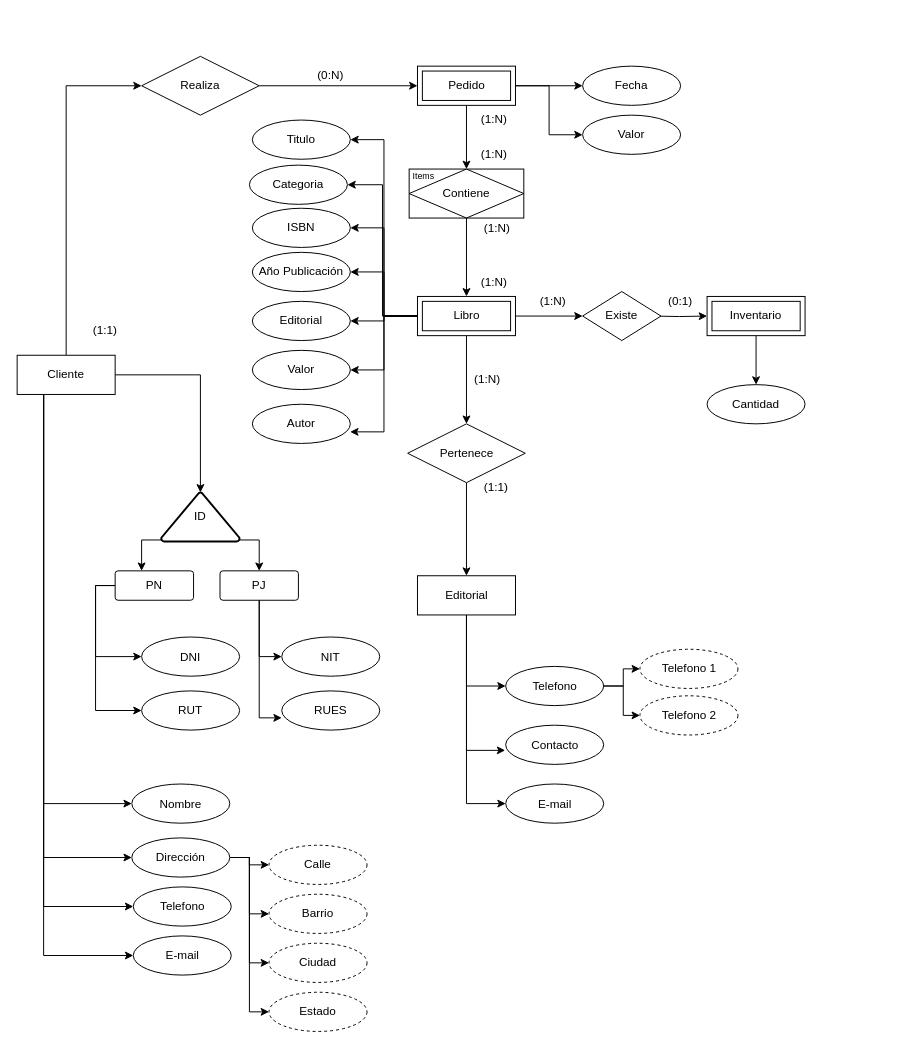
This is modelo.drawio from Starleen1996/Modelado_Datos, a draw.io file, before an edit. Source tidied: cells renumbered, new cells numbered last; positions are measured from the earlier drawing's top-left corner, leaving out a move shared by most shapes. Both pictures are drawn from the tidied source at 98%, with x=0, y=0 at pixel (17, 56).
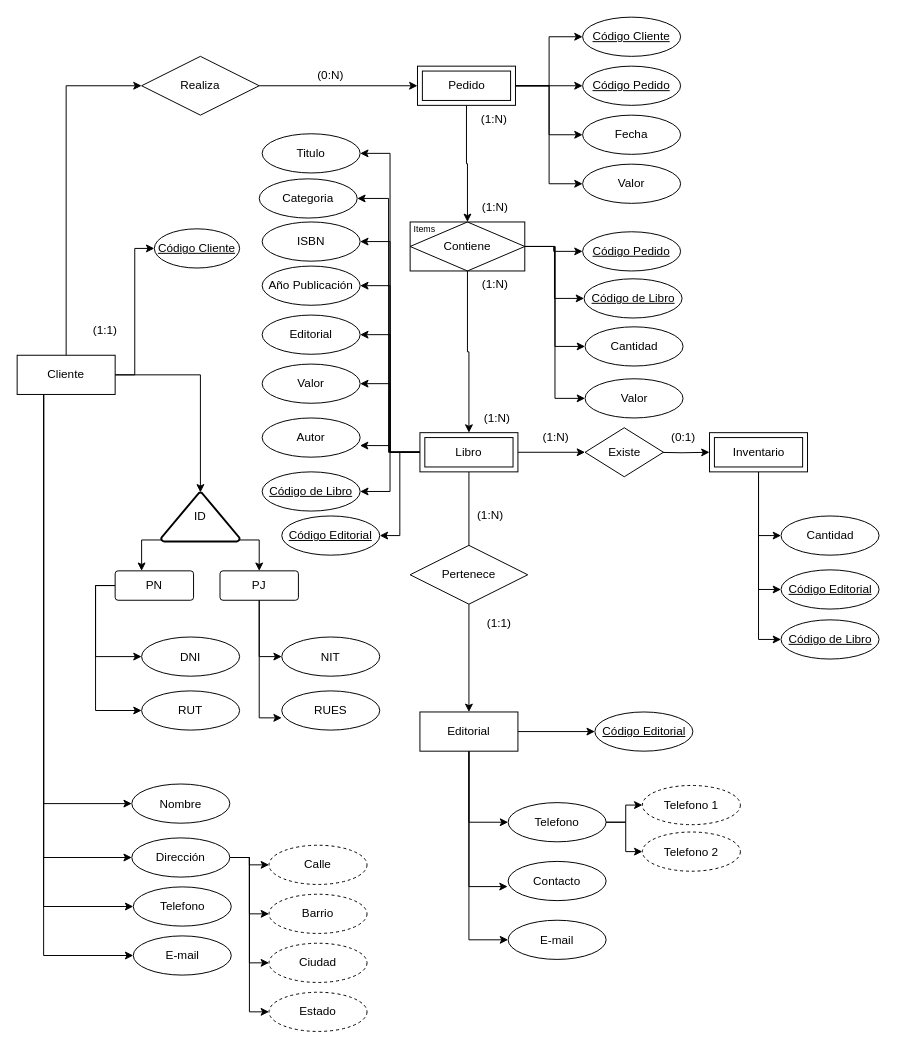
After the change.

Unchanged cells that the change refers to:
```xml
<mxCell id="7" value="Cliente" style="whiteSpace=wrap;html=1;align=center;" parent="1" vertex="1">
  <mxGeometry y="305" width="100" height="40" as="geometry" />
</mxCell>
<mxCell id="11" value="Pedido" style="shape=ext;margin=3;double=1;whiteSpace=wrap;html=1;align=center;" parent="1" vertex="1">
  <mxGeometry x="408.5" y="10" width="100" height="40" as="geometry" />
</mxCell>
```

Change to the diagram source:
```diff
@@
+    <mxCell id="90" style="edgeStyle=orthogonalEdgeStyle;rounded=0;jettySize=auto;html=1;entryX=0;entryY=0.5;entryDx=0;entryDy=0;" parent="1" edge="1" source="7" target="103">
+      <mxGeometry relative="1" as="geometry" />
+    </mxCell>
@@
+    <mxCell id="91" style="edgeStyle=orthogonalEdgeStyle;rounded=0;jettySize=auto;html=1;entryX=0;entryY=0.5;entryDx=0;entryDy=0;" parent="1" edge="1" source="11" target="105">
+      <mxGeometry relative="1" as="geometry" />
+    </mxCell>
+    <mxCell id="92" style="edgeStyle=orthogonalEdgeStyle;rounded=0;jettySize=auto;html=1;entryX=0;entryY=0.5;entryDx=0;entryDy=0;" parent="1" edge="1" source="11" target="108">
+      <mxGeometry relative="1" as="geometry" />
+    </mxCell>
@@
+    <mxCell id="93" style="edgeStyle=orthogonalEdgeStyle;rounded=0;jettySize=auto;html=1;entryX=0;entryY=0.5;entryDx=0;entryDy=0;" parent="1" edge="1" source="14" target="104">
+      <mxGeometry relative="1" as="geometry" />
+    </mxCell>
     <mxCell id="14" value="Editorial" style="whiteSpace=wrap;html=1;align=center;" parent="1" vertex="1">
-      <mxGeometry x="408.5" y="530" width="100" height="40" as="geometry" />
+      <mxGeometry x="411" y="669" width="100" height="40" as="geometry" />
     </mxCell>
+    <mxCell id="94" style="edgeStyle=orthogonalEdgeStyle;rounded=0;jettySize=auto;html=1;exitX=0.5;exitY=1;exitDx=0;exitDy=0;" parent="1" edge="1" source="16">
+      <mxGeometry relative="1" as="geometry">
+        <mxPoint x="756.5" y="424" as="targetPoint" />
+      </mxGeometry>
+    </mxCell>
+    <mxCell id="95" style="edgeStyle=orthogonalEdgeStyle;rounded=0;jettySize=auto;html=1;entryX=0;entryY=0.5;entryDx=0;entryDy=0;" parent="1" edge="1" source="16" target="107">
+      <mxGeometry relative="1" as="geometry" />
+    </mxCell>
-    <mxCell id="15" style="edgeStyle=orthogonalEdgeStyle;rounded=0;jettySize=auto;html=1;entryX=0.5;entryY=0;entryDx=0;entryDy=0;" parent="1" edge="1" source="16" target="89">
+    <mxCell id="15" style="edgeStyle=orthogonalEdgeStyle;rounded=0;jettySize=auto;html=1;entryX=0;entryY=0.5;entryDx=0;entryDy=0;" parent="1" edge="1" source="16" target="89">
       <mxGeometry relative="1" as="geometry" />
     </mxCell>
+    <mxCell id="96" style="edgeStyle=orthogonalEdgeStyle;rounded=0;jettySize=auto;html=1;entryX=0;entryY=0.5;entryDx=0;entryDy=0;" parent="1" edge="1" source="16" target="113">
+      <mxGeometry relative="1" as="geometry" />
+    </mxCell>
     <mxCell id="16" value="Inventario" style="shape=ext;margin=3;double=1;whiteSpace=wrap;html=1;align=center;" parent="1" vertex="1">
-      <mxGeometry x="704" y="245" width="100" height="40" as="geometry" />
+      <mxGeometry x="706.5" y="384" width="100" height="40" as="geometry" />
     </mxCell>
-    <mxCell id="17" style="edgeStyle=orthogonalEdgeStyle;rounded=0;jettySize=auto;html=1;exitX=0.5;exitY=1;exitDx=0;exitDy=0;entryX=0.5;entryY=0;entryDx=0;entryDy=0;" parent="1" edge="1" source="25" target="33">
-      <mxGeometry relative="1" as="geometry" />
+    <mxCell id="17" style="edgeStyle=orthogonalEdgeStyle;rounded=0;jettySize=auto;html=1;exitX=0.5;exitY=1;exitDx=0;exitDy=0;entryX=0.5;entryY=0;entryDx=0;entryDy=0;" parent="1" edge="1" source="25">
+      <mxGeometry relative="1" as="geometry">
+        <mxPoint x="461" y="514" as="targetPoint" />
+      </mxGeometry>
     </mxCell>
@@
+    <mxCell id="97" style="edgeStyle=orthogonalEdgeStyle;rounded=0;jettySize=auto;html=1;entryX=1;entryY=0.5;entryDx=0;entryDy=0;" parent="1" edge="1" source="25" target="106">
+      <mxGeometry relative="1" as="geometry" />
+    </mxCell>
+    <mxCell id="98" style="edgeStyle=orthogonalEdgeStyle;rounded=0;jettySize=auto;html=1;entryX=1;entryY=0.5;entryDx=0;entryDy=0;" parent="1" edge="1" source="25" target="112">
+      <mxGeometry relative="1" as="geometry" />
+    </mxCell>
     <mxCell id="25" value="Libro" style="shape=ext;margin=3;double=1;whiteSpace=wrap;html=1;align=center;" parent="1" vertex="1">
-      <mxGeometry x="408.5" y="245" width="100" height="40" as="geometry" />
+      <mxGeometry x="411" y="384" width="100" height="40" as="geometry" />
     </mxCell>
@@
     <mxCell id="31" value="(1:N)" style="text;strokeColor=none;align=center;fillColor=none;html=1;verticalAlign=middle;whiteSpace=wrap;rounded=0;" parent="1" vertex="1">
-      <mxGeometry x="457" y="216" width="60" height="30" as="geometry" />
+      <mxGeometry x="459.5" y="355" width="60" height="30" as="geometry" />
     </mxCell>
@@
     <mxCell id="33" value="Pertenece" style="shape=rhombus;perimeter=rhombusPerimeter;whiteSpace=wrap;html=1;align=center;" parent="1" vertex="1">
-      <mxGeometry x="398.5" y="375" width="120" height="60" as="geometry" />
+      <mxGeometry x="401" y="499" width="120" height="60" as="geometry" />
     </mxCell>
     <mxCell id="34" value="(1:N)" style="text;strokeColor=none;align=center;fillColor=none;html=1;verticalAlign=middle;whiteSpace=wrap;rounded=0;" parent="1" vertex="1">
-      <mxGeometry x="450" y="315" width="60" height="30" as="geometry" />
+      <mxGeometry x="452.5" y="454" width="60" height="30" as="geometry" />
     </mxCell>
     <mxCell id="35" value="(1:1)" style="text;strokeColor=none;align=center;fillColor=none;html=1;verticalAlign=middle;whiteSpace=wrap;rounded=0;" parent="1" vertex="1">
-      <mxGeometry x="459" y="425" width="60" height="30" as="geometry" />
+      <mxGeometry x="461.5" y="564" width="60" height="30" as="geometry" />
     </mxCell>
     <mxCell id="36" style="edgeStyle=orthogonalEdgeStyle;rounded=0;jettySize=auto;html=1;" parent="1" edge="1" target="16">
       <mxGeometry relative="1" as="geometry">
-        <mxPoint x="647" y="265" as="sourcePoint" />
+        <mxPoint x="649.5" y="404" as="sourcePoint" />
       </mxGeometry>
     </mxCell>
     <mxCell id="37" value="Existe" style="shape=rhombus;perimeter=rhombusPerimeter;whiteSpace=wrap;html=1;align=center;" parent="1" vertex="1">
-      <mxGeometry x="577" y="240" width="80" height="50" as="geometry" />
+      <mxGeometry x="579.5" y="379" width="80" height="50" as="geometry" />
     </mxCell>
     <mxCell id="38" value="(1:N)" style="text;strokeColor=none;align=center;fillColor=none;html=1;verticalAlign=middle;whiteSpace=wrap;rounded=0;" parent="1" vertex="1">
-      <mxGeometry x="517" y="235" width="60" height="30" as="geometry" />
+      <mxGeometry x="519.5" y="374" width="60" height="30" as="geometry" />
     </mxCell>
     <mxCell id="39" value="(0:1)" style="text;strokeColor=none;align=center;fillColor=none;html=1;verticalAlign=middle;whiteSpace=wrap;rounded=0;" parent="1" vertex="1">
-      <mxGeometry x="647" y="235" width="60" height="30" as="geometry" />
+      <mxGeometry x="649.5" y="374" width="60" height="30" as="geometry" />
     </mxCell>
@@
+    <mxCell id="99" style="edgeStyle=orthogonalEdgeStyle;rounded=0;jettySize=auto;html=1;entryX=0;entryY=0.5;entryDx=0;entryDy=0;" parent="1" edge="1" source="41" target="109">
+      <mxGeometry relative="1" as="geometry" />
+    </mxCell>
+    <mxCell id="100" style="edgeStyle=orthogonalEdgeStyle;rounded=0;jettySize=auto;html=1;entryX=0;entryY=0.5;entryDx=0;entryDy=0;" parent="1" edge="1" source="41" target="110">
+      <mxGeometry relative="1" as="geometry" />
+    </mxCell>
+    <mxCell id="101" style="edgeStyle=orthogonalEdgeStyle;rounded=0;jettySize=auto;html=1;entryX=0;entryY=0.5;entryDx=0;entryDy=0;" parent="1" edge="1" source="41" target="111">
+      <mxGeometry relative="1" as="geometry" />
+    </mxCell>
+    <mxCell id="102" style="edgeStyle=orthogonalEdgeStyle;rounded=0;jettySize=auto;html=1;entryX=0;entryY=0.5;entryDx=0;entryDy=0;" parent="1" edge="1" source="41" target="114">
+      <mxGeometry relative="1" as="geometry" />
+    </mxCell>
     <mxCell id="41" value="Contiene" style="shape=associativeEntity;whiteSpace=wrap;html=1;align=center;" parent="1" vertex="1">
-      <mxGeometry x="400" y="115" width="117" height="50" as="geometry" />
+      <mxGeometry x="401" y="169" width="117" height="50" as="geometry" />
     </mxCell>
     <mxCell id="42" value="Items" style="text;strokeColor=none;align=center;fillColor=none;html=1;verticalAlign=middle;whiteSpace=wrap;rounded=0;fontSize=9;" parent="1" vertex="1">
-      <mxGeometry x="395" y="113" width="40" height="20" as="geometry" />
+      <mxGeometry x="396" y="167" width="40" height="20" as="geometry" />
     </mxCell>
     <mxCell id="43" value="(1:N)" style="text;strokeColor=none;align=center;fillColor=none;html=1;verticalAlign=middle;whiteSpace=wrap;rounded=0;" parent="1" vertex="1">
-      <mxGeometry x="457" y="85" width="60" height="30" as="geometry" />
+      <mxGeometry x="458" y="139" width="60" height="30" as="geometry" />
     </mxCell>
     <mxCell id="44" value="(1:N)" style="text;strokeColor=none;align=center;fillColor=none;html=1;verticalAlign=middle;whiteSpace=wrap;rounded=0;" parent="1" vertex="1">
-      <mxGeometry x="460" y="161" width="60" height="30" as="geometry" />
+      <mxGeometry x="458" y="218" width="60" height="30" as="geometry" />
     </mxCell>
@@
     <mxCell id="63" value="Contacto" style="ellipse;whiteSpace=wrap;html=1;align=center;" parent="1" vertex="1">
-      <mxGeometry x="498.5" y="682.5" width="100" height="40" as="geometry" />
+      <mxGeometry x="501" y="821.5" width="100" height="40" as="geometry" />
     </mxCell>
@@
     <mxCell id="66" value="Telefono" style="ellipse;whiteSpace=wrap;html=1;align=center;" parent="1" vertex="1">
-      <mxGeometry x="498.5" y="622.5" width="100" height="40" as="geometry" />
+      <mxGeometry x="501" y="761.5" width="100" height="40" as="geometry" />
     </mxCell>
     <mxCell id="67" value="E-mail" style="ellipse;whiteSpace=wrap;html=1;align=center;" parent="1" vertex="1">
-      <mxGeometry x="498.5" y="742.5" width="100" height="40" as="geometry" />
+      <mxGeometry x="501" y="881.5" width="100" height="40" as="geometry" />
     </mxCell>
     <mxCell id="68" value="Titulo" style="ellipse;whiteSpace=wrap;html=1;align=center;" parent="1" vertex="1">
-      <mxGeometry x="240" y="65" width="100" height="40" as="geometry" />
+      <mxGeometry x="250" y="79" width="100" height="40" as="geometry" />
     </mxCell>
     <mxCell id="69" value="Categoria" style="ellipse;whiteSpace=wrap;html=1;align=center;" parent="1" vertex="1">
-      <mxGeometry x="237" y="111" width="100" height="40" as="geometry" />
+      <mxGeometry x="247" y="125" width="100" height="40" as="geometry" />
     </mxCell>
     <mxCell id="70" value="ISBN" style="ellipse;whiteSpace=wrap;html=1;align=center;" parent="1" vertex="1">
-      <mxGeometry x="240" y="155" width="100" height="40" as="geometry" />
+      <mxGeometry x="250" y="169" width="100" height="40" as="geometry" />
     </mxCell>
     <mxCell id="71" value="Año Publicación" style="ellipse;whiteSpace=wrap;html=1;align=center;" parent="1" vertex="1">
-      <mxGeometry x="240" y="200" width="100" height="40" as="geometry" />
+      <mxGeometry x="250" y="214" width="100" height="40" as="geometry" />
     </mxCell>
     <mxCell id="72" value="Editorial" style="ellipse;whiteSpace=wrap;html=1;align=center;" parent="1" vertex="1">
-      <mxGeometry x="240" y="250" width="100" height="40" as="geometry" />
+      <mxGeometry x="250" y="264" width="100" height="40" as="geometry" />
     </mxCell>
     <mxCell id="73" value="Valor" style="ellipse;whiteSpace=wrap;html=1;align=center;" parent="1" vertex="1">
-      <mxGeometry x="240" y="300" width="100" height="40" as="geometry" />
+      <mxGeometry x="250" y="314" width="100" height="40" as="geometry" />
     </mxCell>
     <mxCell id="74" value="Autor" style="ellipse;whiteSpace=wrap;html=1;align=center;" parent="1" vertex="1">
-      <mxGeometry x="240" y="355" width="100" height="40" as="geometry" />
+      <mxGeometry x="250" y="369" width="100" height="40" as="geometry" />
     </mxCell>
@@
     <mxCell id="76" value="Telefono 1" style="ellipse;whiteSpace=wrap;html=1;align=center;dashed=1;" parent="1" vertex="1">
-      <mxGeometry x="635.5" y="605" width="100" height="40" as="geometry" />
+      <mxGeometry x="638" y="744" width="100" height="40" as="geometry" />
     </mxCell>
     <mxCell id="77" value="Telefono 2" style="ellipse;whiteSpace=wrap;html=1;align=center;dashed=1;" parent="1" vertex="1">
-      <mxGeometry x="635.5" y="652.5" width="100" height="40" as="geometry" />
+      <mxGeometry x="638" y="791.5" width="100" height="40" as="geometry" />
     </mxCell>
@@
     <mxCell id="87" value="Fecha" style="ellipse;whiteSpace=wrap;html=1;align=center;" parent="1" vertex="1">
-      <mxGeometry x="577" y="10" width="100" height="40" as="geometry" />
+      <mxGeometry x="577" y="60" width="100" height="40" as="geometry" />
     </mxCell>
     <mxCell id="88" value="Valor" style="ellipse;whiteSpace=wrap;html=1;align=center;" parent="1" vertex="1">
-      <mxGeometry x="577" y="60" width="100" height="40" as="geometry" />
+      <mxGeometry x="577" y="110" width="100" height="40" as="geometry" />
     </mxCell>
     <mxCell id="89" value="Cantidad" style="ellipse;whiteSpace=wrap;html=1;align=center;" parent="1" vertex="1">
-      <mxGeometry x="704" y="335" width="100" height="40" as="geometry" />
+      <mxGeometry x="779.5" y="469" width="100" height="40" as="geometry" />
     </mxCell>
+    <mxCell id="103" value="Código Cliente" style="ellipse;whiteSpace=wrap;html=1;align=center;fontStyle=4;" parent="1" vertex="1">
+      <mxGeometry x="140" y="176" width="87" height="40" as="geometry" />
+    </mxCell>
+    <mxCell id="104" value="Código Editorial" style="ellipse;whiteSpace=wrap;html=1;align=center;fontStyle=4;" parent="1" vertex="1">
+      <mxGeometry x="589.5" y="669" width="100" height="40" as="geometry" />
+    </mxCell>
+    <mxCell id="105" value="Código Cliente" style="ellipse;whiteSpace=wrap;html=1;align=center;fontStyle=4;" parent="1" vertex="1">
+      <mxGeometry x="577" y="-40" width="100" height="40" as="geometry" />
+    </mxCell>
+    <mxCell id="106" value="Código Editorial" style="ellipse;whiteSpace=wrap;html=1;align=center;fontStyle=4;" parent="1" vertex="1">
+      <mxGeometry x="270" y="469" width="100" height="40" as="geometry" />
+    </mxCell>
+    <mxCell id="107" value="Código Editorial" style="ellipse;whiteSpace=wrap;html=1;align=center;fontStyle=4;" parent="1" vertex="1">
+      <mxGeometry x="779.5" y="524" width="100" height="40" as="geometry" />
+    </mxCell>
+    <mxCell id="108" value="Código Pedido" style="ellipse;whiteSpace=wrap;html=1;align=center;fontStyle=4;" parent="1" vertex="1">
+      <mxGeometry x="577" y="10" width="100" height="40" as="geometry" />
+    </mxCell>
+    <mxCell id="109" value="Cantidad" style="ellipse;whiteSpace=wrap;html=1;align=center;" parent="1" vertex="1">
+      <mxGeometry x="579.5" y="276" width="100" height="40" as="geometry" />
+    </mxCell>
+    <mxCell id="110" value="Valor" style="ellipse;whiteSpace=wrap;html=1;align=center;" parent="1" vertex="1">
+      <mxGeometry x="579.5" y="329" width="100" height="40" as="geometry" />
+    </mxCell>
+    <mxCell id="111" value="Código Pedido" style="ellipse;whiteSpace=wrap;html=1;align=center;fontStyle=4;" parent="1" vertex="1">
+      <mxGeometry x="577" y="179" width="100" height="40" as="geometry" />
+    </mxCell>
+    <mxCell id="112" value="Código de Libro" style="ellipse;whiteSpace=wrap;html=1;align=center;fontStyle=4;" parent="1" vertex="1">
+      <mxGeometry x="250" y="424" width="100" height="40" as="geometry" />
+    </mxCell>
+    <mxCell id="113" value="Código de Libro" style="ellipse;whiteSpace=wrap;html=1;align=center;fontStyle=4;" parent="1" vertex="1">
+      <mxGeometry x="779.5" y="575" width="100" height="40" as="geometry" />
+    </mxCell>
+    <mxCell id="114" value="Código de Libro" style="ellipse;whiteSpace=wrap;html=1;align=center;fontStyle=4;" parent="1" vertex="1">
+      <mxGeometry x="578.5" y="227" width="100" height="40" as="geometry" />
+    </mxCell>
```
